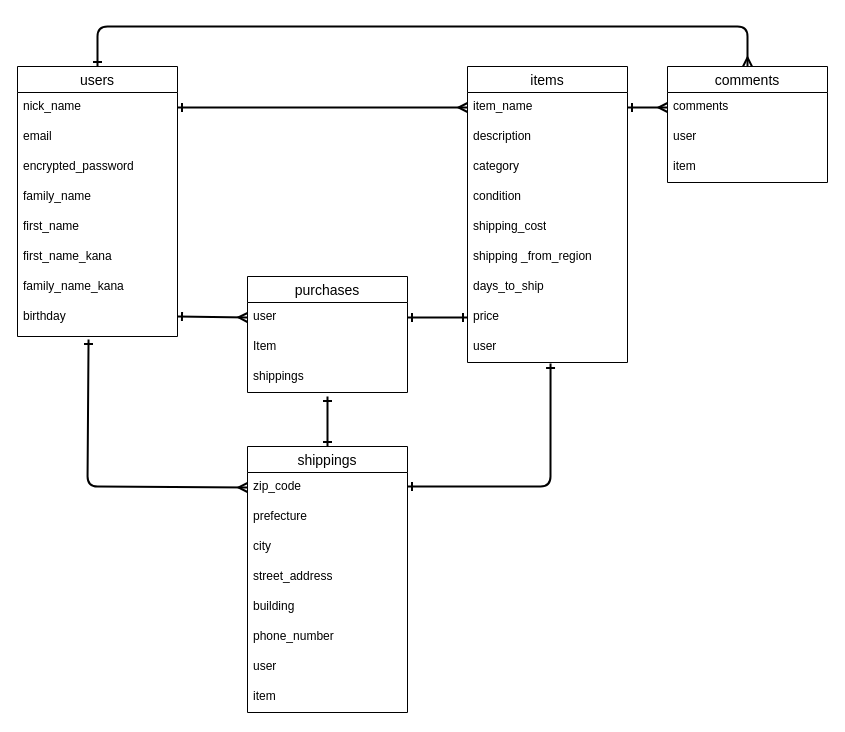
Earlier version of the draw.io diagram test.dio (taku-luminary/furima-42019). Source tidied: cells renumbered, new cells numbered last; positions are measured from the earlier drawing's top-left corner, leaving out a move shared by most shapes. Both pictures are drawn from the tidied source at 100%, with x=0, y=0 at pixel (17, 26).
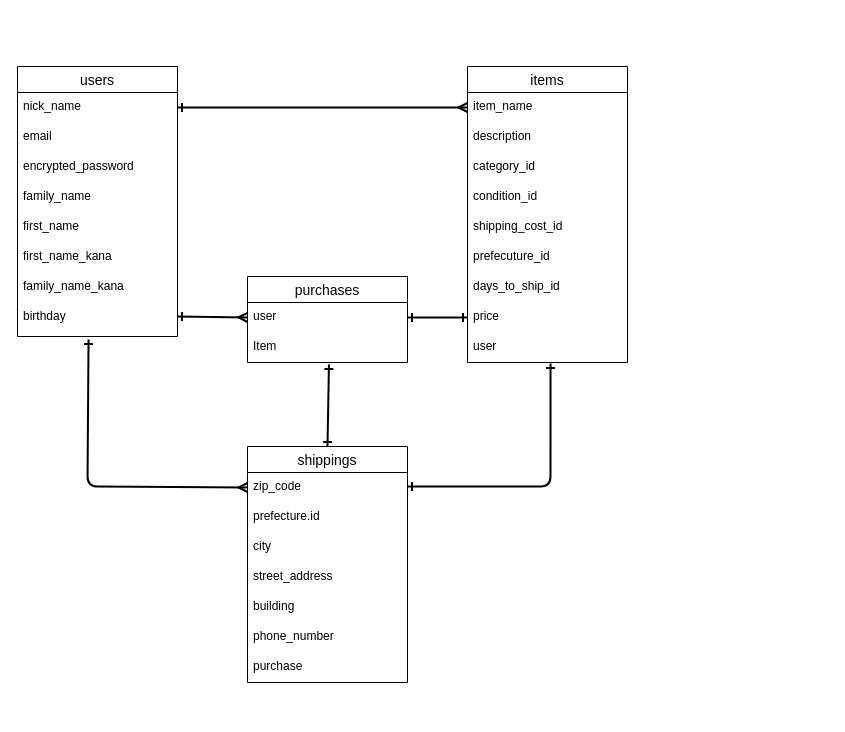
After the change.

Commit message (it also covers changes not shown here):
データベース設計2回目

This reverts commit b85a4157c63708f6c9cc48bb15b6fae0bea15a13.

Unchanged cells that the change refers to:
```xml
<mxCell id="2" value="users" style="swimlane;fontStyle=0;horizontal=1;startSize=26;align=center;fontSize=14;" parent="1" vertex="1">
  <mxGeometry y="40" width="160" height="270" as="geometry" />
</mxCell>
<mxCell id="15" value="items" style="swimlane;fontStyle=0;horizontal=1;startSize=26;align=center;fontSize=14;" parent="1" vertex="1">
  <mxGeometry x="450" y="40" width="160" height="296" as="geometry" />
</mxCell>
<mxCell id="16" value="item_name" style="text;strokeColor=none;fillColor=none;spacingLeft=4;spacingRight=4;overflow=hidden;points=[[0,0.5],[1,0.5]];portConstraint=eastwest;fontSize=12;whiteSpace=wrap;html=1;" parent="15" vertex="1">
  <mxGeometry y="26" width="160" height="30" as="geometry" />
</mxCell>
<mxCell id="41" value="Item" style="text;strokeColor=none;fillColor=none;spacingLeft=4;spacingRight=4;overflow=hidden;points=[[0,0.5],[1,0.5]];portConstraint=eastwest;fontSize=12;whiteSpace=wrap;html=1;" parent="39" vertex="1">
  <mxGeometry y="56" width="160" height="30" as="geometry" />
</mxCell>
```

What changed in the source:
```diff
@@
-    <mxCell id="11" value="comments" style="swimlane;fontStyle=0;horizontal=1;startSize=26;align=center;fontSize=14;" parent="1" vertex="1">
-      <mxGeometry x="650" y="40" width="160" height="116" as="geometry" />
-    </mxCell>
-    <mxCell id="12" value="comments" style="text;strokeColor=none;fillColor=none;spacingLeft=4;spacingRight=4;overflow=hidden;points=[[0,0.5],[1,0.5]];portConstraint=eastwest;fontSize=12;whiteSpace=wrap;html=1;" parent="11" vertex="1">
-      <mxGeometry y="26" width="160" height="30" as="geometry" />
-    </mxCell>
-    <mxCell id="13" value="user" style="text;strokeColor=none;fillColor=none;spacingLeft=4;spacingRight=4;overflow=hidden;fontSize=12;whiteSpace=wrap;html=1;" parent="11" vertex="1">
-      <mxGeometry y="56" width="160" height="30" as="geometry" />
-    </mxCell>
-    <mxCell id="14" value="item" style="text;strokeColor=none;fillColor=none;spacingLeft=4;spacingRight=4;overflow=hidden;fontSize=12;whiteSpace=wrap;html=1;" parent="11" vertex="1">
-      <mxGeometry y="86" width="160" height="30" as="geometry" />
-    </mxCell>
@@
-    <mxCell id="18" value="category" style="text;strokeColor=none;fillColor=none;spacingLeft=4;spacingRight=4;overflow=hidden;fontSize=12;whiteSpace=wrap;html=1;" parent="15" vertex="1">
+    <mxCell id="18" value="category_id" style="text;strokeColor=none;fillColor=none;spacingLeft=4;spacingRight=4;overflow=hidden;fontSize=12;whiteSpace=wrap;html=1;" parent="15" vertex="1">
       <mxGeometry y="86" width="160" height="30" as="geometry" />
     </mxCell>
-    <mxCell id="19" value="condition" style="text;strokeColor=none;fillColor=none;spacingLeft=4;spacingRight=4;overflow=hidden;fontSize=12;whiteSpace=wrap;html=1;" parent="15" vertex="1">
+    <mxCell id="19" value="condition_id" style="text;strokeColor=none;fillColor=none;spacingLeft=4;spacingRight=4;overflow=hidden;fontSize=12;whiteSpace=wrap;html=1;" parent="15" vertex="1">
       <mxGeometry y="116" width="160" height="30" as="geometry" />
     </mxCell>
-    <mxCell id="20" value="shipping_cost" style="text;strokeColor=none;fillColor=none;spacingLeft=4;spacingRight=4;overflow=hidden;fontSize=12;whiteSpace=wrap;html=1;" parent="15" vertex="1">
+    <mxCell id="20" value="shipping_cost_id" style="text;strokeColor=none;fillColor=none;spacingLeft=4;spacingRight=4;overflow=hidden;fontSize=12;whiteSpace=wrap;html=1;" parent="15" vertex="1">
       <mxGeometry y="146" width="160" height="30" as="geometry" />
     </mxCell>
-    <mxCell id="21" value="shipping _from_region" style="text;strokeColor=none;fillColor=none;spacingLeft=4;spacingRight=4;overflow=hidden;fontSize=12;whiteSpace=wrap;html=1;" parent="15" vertex="1">
+    <mxCell id="21" value="prefecuture_id" style="text;strokeColor=none;fillColor=none;spacingLeft=4;spacingRight=4;overflow=hidden;fontSize=12;whiteSpace=wrap;html=1;" parent="15" vertex="1">
       <mxGeometry y="176" width="160" height="30" as="geometry" />
     </mxCell>
-    <mxCell id="22" value="days_to_ship" style="text;strokeColor=none;fillColor=none;spacingLeft=4;spacingRight=4;overflow=hidden;fontSize=12;whiteSpace=wrap;html=1;" parent="15" vertex="1">
+    <mxCell id="22" value="days_to_ship_id" style="text;strokeColor=none;fillColor=none;spacingLeft=4;spacingRight=4;overflow=hidden;fontSize=12;whiteSpace=wrap;html=1;" parent="15" vertex="1">
       <mxGeometry y="206" width="160" height="30" as="geometry" />
     </mxCell>
@@
     <mxCell id="25" value="shippings" style="swimlane;fontStyle=0;horizontal=1;startSize=26;align=center;fontSize=14;" parent="1" vertex="1">
-      <mxGeometry x="230" y="420" width="160" height="266" as="geometry" />
+      <mxGeometry x="230" y="420" width="160" height="236" as="geometry" />
     </mxCell>
@@
-    <mxCell id="27" value="prefecture" style="text;strokeColor=none;fillColor=none;spacingLeft=4;spacingRight=4;overflow=hidden;fontSize=12;whiteSpace=wrap;html=1;" parent="25" vertex="1">
+    <mxCell id="27" value="prefecture.id" style="text;strokeColor=none;fillColor=none;spacingLeft=4;spacingRight=4;overflow=hidden;fontSize=12;whiteSpace=wrap;html=1;" parent="25" vertex="1">
       <mxGeometry y="56" width="160" height="30" as="geometry" />
     </mxCell>
@@
-    <mxCell id="32" value="user" style="text;strokeColor=none;fillColor=none;spacingLeft=4;spacingRight=4;overflow=hidden;fontSize=12;whiteSpace=wrap;html=1;" parent="25" vertex="1">
-      <mxGeometry y="206" width="160" height="30" as="geometry" />
-    </mxCell>
-    <mxCell id="33" value="item" style="text;strokeColor=none;fillColor=none;spacingLeft=4;spacingRight=4;overflow=hidden;fontSize=12;whiteSpace=wrap;html=1;" parent="25" vertex="1">
-      <mxGeometry y="236" width="160" height="30" as="geometry" />
+    <mxCell id="33" value="purchase" style="text;strokeColor=none;fillColor=none;spacingLeft=4;spacingRight=4;overflow=hidden;fontSize=12;whiteSpace=wrap;html=1;" parent="25" vertex="1">
+      <mxGeometry y="206" width="160" height="30" as="geometry" />
     </mxCell>
@@
-    <mxCell id="35" style="edgeStyle=none;html=1;entryX=0;entryY=0.5;entryDx=0;entryDy=0;exitX=1;exitY=0.5;exitDx=0;exitDy=0;startArrow=ERone;startFill=0;endArrow=ERmany;endFill=0;strokeWidth=2;" parent="1" edge="1" source="16" target="12">
-      <mxGeometry relative="1" as="geometry" />
-    </mxCell>
-    <mxCell id="36" style="edgeStyle=none;html=1;exitX=0.5;exitY=0;exitDx=0;exitDy=0;startArrow=ERone;startFill=0;endArrow=ERmany;endFill=0;strokeWidth=2;entryX=0.5;entryY=0;entryDx=0;entryDy=0;" parent="1" edge="1" source="2" target="11">
-      <mxGeometry relative="1" as="geometry">
-        <Array as="points">
-          <mxPoint x="80" />
-          <mxPoint x="300" />
-          <mxPoint x="730" />
-        </Array>
-      </mxGeometry>
-    </mxCell>
@@
     <mxCell id="39" value="purchases" style="swimlane;fontStyle=0;horizontal=1;startSize=26;align=center;fontSize=14;" parent="1" vertex="1">
-      <mxGeometry x="230" y="250" width="160" height="116" as="geometry" />
+      <mxGeometry x="230" y="250" width="160" height="86" as="geometry" />
     </mxCell>
@@
-    <mxCell id="42" value="shippings" style="text;strokeColor=none;fillColor=none;spacingLeft=4;spacingRight=4;overflow=hidden;fontSize=12;whiteSpace=wrap;html=1;" parent="39" vertex="1">
-      <mxGeometry y="86" width="160" height="30" as="geometry" />
-    </mxCell>
@@
-    <mxCell id="44" style="edgeStyle=none;html=1;startArrow=ERone;startFill=0;endArrow=ERone;endFill=0;strokeWidth=2;entryX=0.5;entryY=0;entryDx=0;entryDy=0;" parent="1" edge="1" target="25">
-      <mxGeometry relative="1" as="geometry">
-        <mxPoint x="310" y="370" as="sourcePoint" />
-      </mxGeometry>
+    <mxCell id="44" style="edgeStyle=none;html=1;startArrow=ERone;startFill=0;endArrow=ERone;endFill=0;strokeWidth=2;entryX=0.5;entryY=0;entryDx=0;entryDy=0;exitX=0.509;exitY=1.067;exitDx=0;exitDy=0;exitPerimeter=0;" parent="1" edge="1" source="41" target="25">
+      <mxGeometry relative="1" as="geometry" />
     </mxCell>
```
